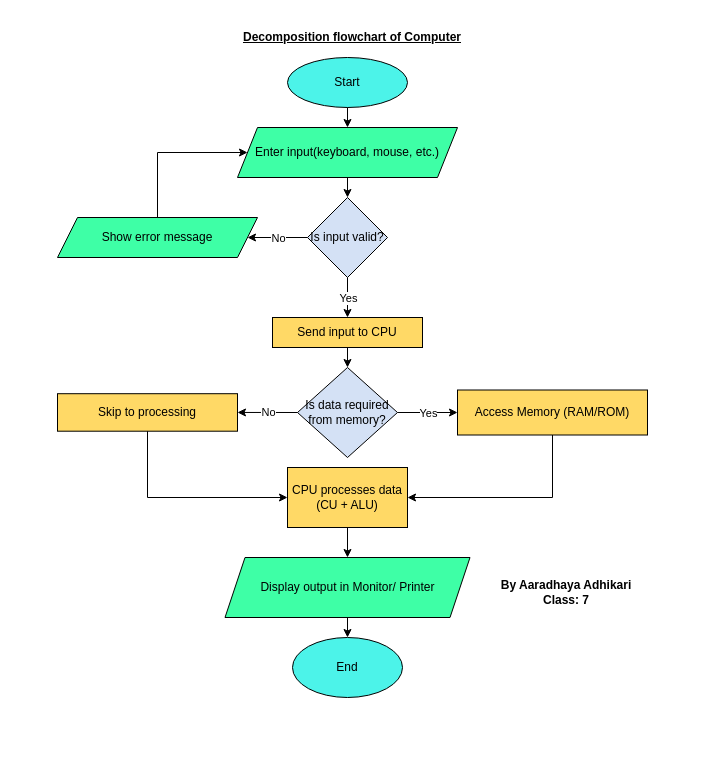
Earlier version of the draw.io diagram Aaradhya2.drawio (dikshyarai10/CHM). Source tidied: cells renumbered, new cells numbered last; positions are measured from the earlier drawing's top-left corner, leaving out a move shared by most shapes. Both pictures are drawn from the tidied source at 100%, with x=0, y=0 at pixel (57, 17).
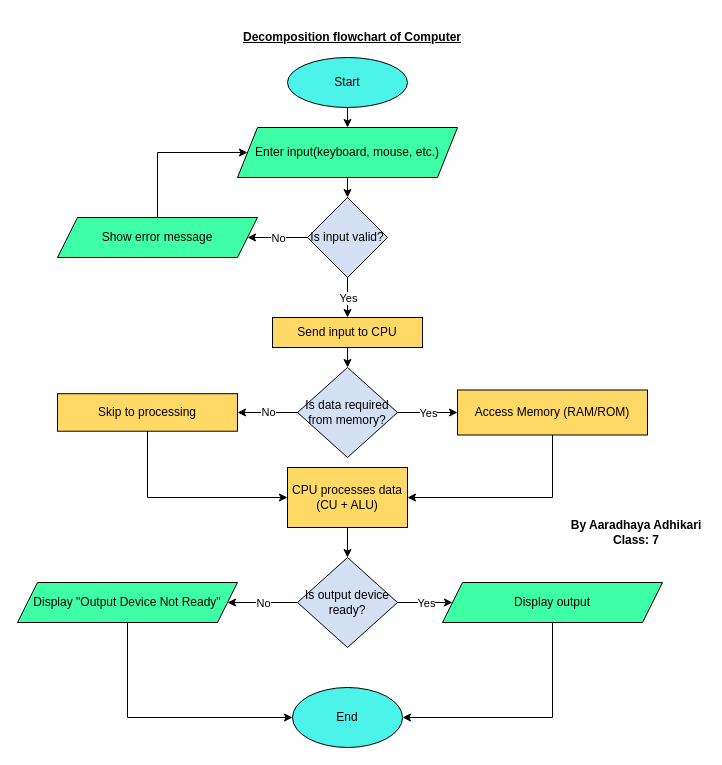
The same page after the edit.

Unchanged cells that the change refers to:
```xml
<mxCell id="11" value="CPU processes data (CU + ALU)" style="rounded=0;whiteSpace=wrap;html=1;fillColor=#FFD966;" parent="1" vertex="1">
  <mxGeometry x="230" y="450" width="120" height="60" as="geometry" />
</mxCell>
```

The edit, as a diff of the source:
```diff
@@
-    <mxCell id="12" value="Display output in Monitor/ Printer" style="shape=parallelogram;perimeter=parallelogramPerimeter;whiteSpace=wrap;html=1;fixedSize=1;fillColor=#3EFFA6;" parent="1" vertex="1">
-      <mxGeometry x="167.5" y="540" width="245" height="60" as="geometry" />
-    </mxCell>
     <mxCell id="13" value="End" style="ellipse;whiteSpace=wrap;html=1;fillColor=#4CF3E9;" parent="1" vertex="1">
-      <mxGeometry x="235" y="620" width="110" height="60" as="geometry" />
+      <mxGeometry x="235" y="670" width="110" height="60" as="geometry" />
     </mxCell>
@@
-    <mxCell id="28" style="endArrow=classic;html=1;rounded=0;entryX=0.5;entryY=0;entryDx=0;entryDy=0;exitX=0.5;exitY=1;exitDx=0;exitDy=0;" parent="1" edge="1" source="11" target="12">
-      <mxGeometry relative="1" as="geometry" />
-    </mxCell>
-    <mxCell id="29" style="endArrow=classic;html=1;rounded=0;entryX=0.5;entryY=0;entryDx=0;entryDy=0;exitX=0.5;exitY=1;exitDx=0;exitDy=0;" parent="1" edge="1" source="12" target="13">
-      <mxGeometry relative="1" as="geometry" />
-    </mxCell>
     <mxCell id="30" value="&lt;b&gt;By Aaradhaya Adhikari&lt;/b&gt;&lt;div&gt;&lt;b&gt;Class: 7&lt;/b&gt;&lt;/div&gt;" style="text;html=1;align=center;verticalAlign=middle;whiteSpace=wrap;rounded=0;" parent="1" vertex="1">
-      <mxGeometry x="440" y="560" width="137.5" height="30" as="geometry" />
+      <mxGeometry x="510" y="500" width="137.5" height="30" as="geometry" />
     </mxCell>
+    <mxCell id="31" value="Is output device ready?" style="rhombus;whiteSpace=wrap;html=1;fillColor=#D4E1F5;" parent="1" vertex="1">
+      <mxGeometry x="240" y="540" width="100" height="90" as="geometry" />
+    </mxCell>
+    <mxCell id="32" style="endArrow=classic;html=1;rounded=0;exitX=0.5;exitY=1;exitDx=0;exitDy=0;entryX=0.5;entryY=0;entryDx=0;entryDy=0;" parent="1" edge="1" source="11" target="31">
+      <mxGeometry relative="1" as="geometry" />
+    </mxCell>
+    <mxCell id="33" value="Display &quot;Output Device Not Ready&quot;" style="shape=parallelogram;perimeter=parallelogramPerimeter;whiteSpace=wrap;html=1;fixedSize=1;fillColor=#3EFFA6;" parent="1" vertex="1">
+      <mxGeometry x="-40" y="565" width="220" height="40" as="geometry" />
+    </mxCell>
+    <mxCell id="34" style="endArrow=classic;html=1;rounded=0;entryX=1;entryY=0.5;entryDx=0;entryDy=0;exitX=0;exitY=0.5;exitDx=0;exitDy=0;" parent="1" edge="1" source="31" target="33">
+      <mxGeometry relative="1" as="geometry" />
+    </mxCell>
+    <mxCell id="35" value="No" style="edgeLabel;html=1;align=center;verticalAlign=middle;" parent="34" vertex="1">
+      <mxGeometry relative="1" as="geometry" />
+    </mxCell>
+    <mxCell id="36" value="Display output" style="shape=parallelogram;perimeter=parallelogramPerimeter;whiteSpace=wrap;html=1;fixedSize=1;fillColor=#3EFFA6;" parent="1" vertex="1">
+      <mxGeometry x="385" y="565" width="220" height="40" as="geometry" />
+    </mxCell>
+    <mxCell id="37" style="endArrow=classic;html=1;rounded=0;entryX=0;entryY=0.5;entryDx=0;entryDy=0;exitX=1;exitY=0.5;exitDx=0;exitDy=0;" parent="1" edge="1" source="31" target="36">
+      <mxGeometry relative="1" as="geometry" />
+    </mxCell>
+    <mxCell id="38" value="Yes" style="edgeLabel;html=1;align=center;verticalAlign=middle;" parent="37" vertex="1">
+      <mxGeometry relative="1" as="geometry" />
+    </mxCell>
+    <mxCell id="39" style="endArrow=classic;html=1;rounded=0;exitX=0.5;exitY=1;exitDx=0;exitDy=0;entryX=0;entryY=0.5;entryDx=0;entryDy=0;" parent="1" edge="1" source="33" target="13">
+      <mxGeometry relative="1" as="geometry">
+        <Array as="points">
+          <mxPoint x="70" y="700" />
+        </Array>
+      </mxGeometry>
+    </mxCell>
+    <mxCell id="40" style="endArrow=classic;html=1;rounded=0;exitX=0.5;exitY=1;exitDx=0;exitDy=0;entryX=1;entryY=0.5;entryDx=0;entryDy=0;" parent="1" edge="1" source="36" target="13">
+      <mxGeometry relative="1" as="geometry">
+        <Array as="points">
+          <mxPoint x="495" y="700" />
+        </Array>
+      </mxGeometry>
+    </mxCell>
```
